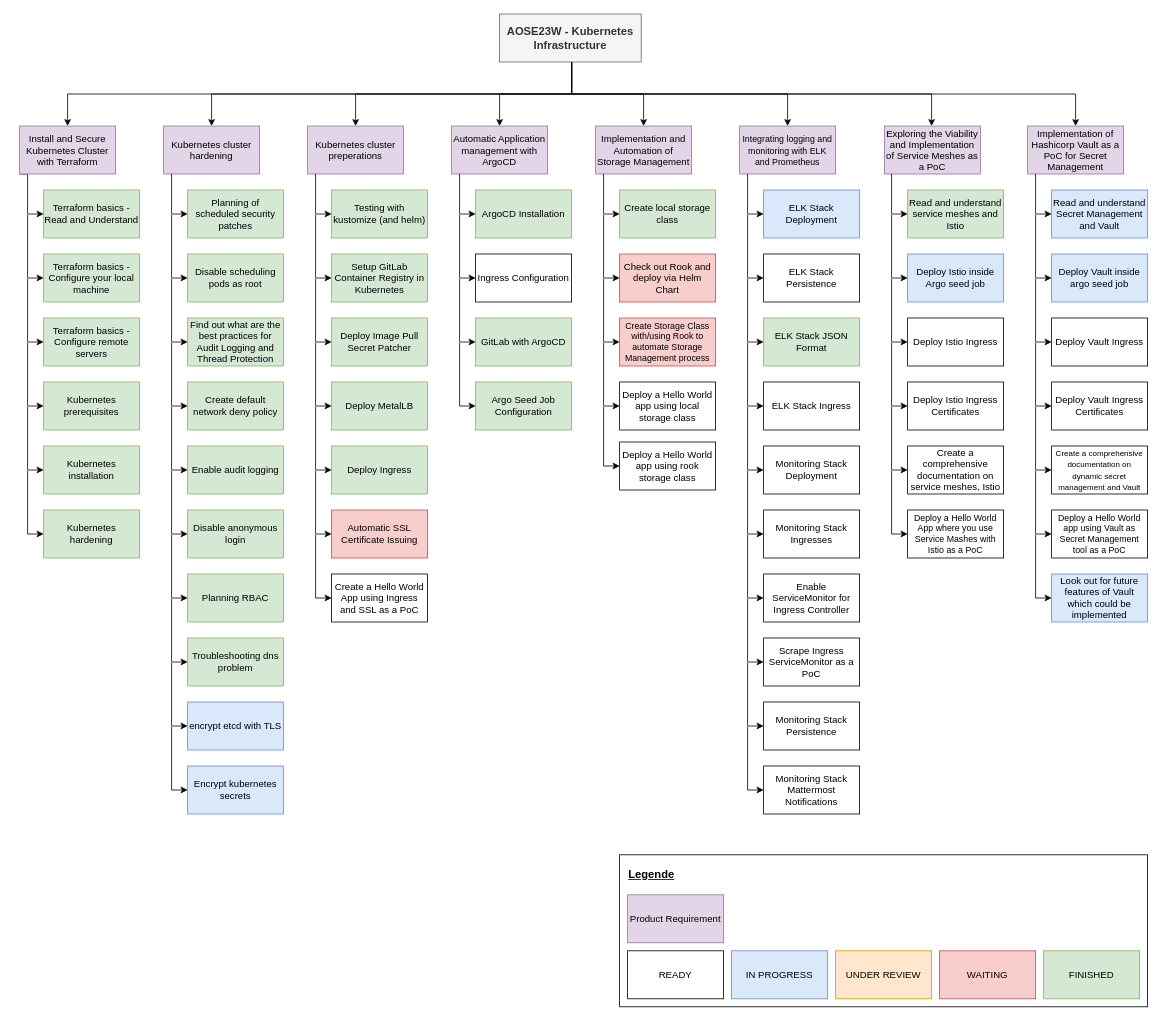
This is uni-bsc/product-requirements-kubernetes-infrastructure.drawio from pogii123/drawio-charts, a draw.io file, before an edit. Source tidied: cells renumbered, new cells numbered last; positions are measured from the earlier drawing's top-left corner, leaving out a move shared by most shapes. Both pictures are drawn from the tidied source at 80%, with x=0, y=0 at pixel (19, 14).
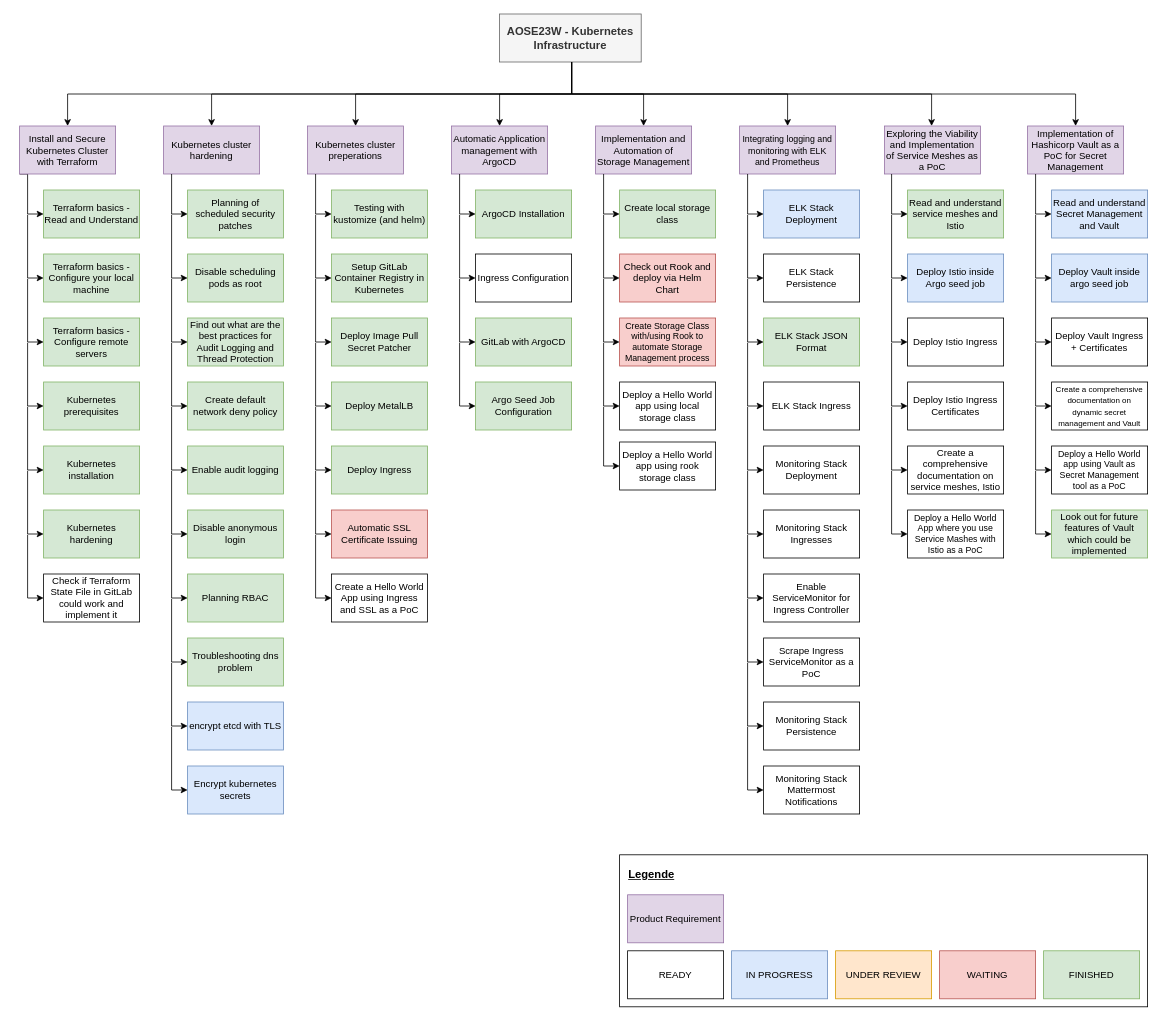
The same page after the edit.

Change to the diagram source:
```diff
@@
-    <mxCell id="113" value="Look out for future features of Vault which could be implemented" style="rounded=0;whiteSpace=wrap;html=1;fillColor=#dae8fc;strokeColor=#6c8ebf;" parent="1" vertex="1">
-      <mxGeometry x="1290" y="700" width="120" height="60" as="geometry" />
+    <mxCell id="113" value="Look out for future features of Vault which could be implemented" style="rounded=0;whiteSpace=wrap;html=1;fillColor=#d5e8d4;strokeColor=#82b366;" parent="1" vertex="1">
+      <mxGeometry x="1290" y="620" width="120" height="60" as="geometry" />
     </mxCell>
@@
-    <mxCell id="115" value="Deploy Vault Ingress" style="rounded=0;whiteSpace=wrap;html=1;" parent="1" vertex="1">
+    <mxCell id="115" value="Deploy Vault Ingress + Certificates" style="rounded=0;whiteSpace=wrap;html=1;" parent="1" vertex="1">
       <mxGeometry x="1290" y="380" width="120" height="60" as="geometry" />
     </mxCell>
-    <mxCell id="116" value="Deploy Vault Ingress Certificates" style="rounded=0;whiteSpace=wrap;html=1;" parent="1" vertex="1">
-      <mxGeometry x="1290" y="460" width="120" height="60" as="geometry" />
-    </mxCell>
     <mxCell id="117" value="&lt;font style=&quot;font-size: 10px;&quot;&gt;Create a comprehensive documentation on dynamic secret management and Vault&lt;/font&gt;" style="rounded=0;whiteSpace=wrap;html=1;" parent="1" vertex="1">
-      <mxGeometry x="1290" y="540" width="120" height="60" as="geometry" />
+      <mxGeometry x="1290" y="460" width="120" height="60" as="geometry" />
     </mxCell>
     <mxCell id="118" style="edgeStyle=orthogonalEdgeStyle;rounded=0;jettySize=auto;html=1;entryX=0;entryY=0.5;entryDx=0;entryDy=0;" parent="1" edge="1" target="113">
       <mxGeometry relative="1" as="geometry">
-        <mxPoint x="1270" y="651" as="sourcePoint" />
+        <mxPoint x="1270" y="571" as="sourcePoint" />
         <Array as="points">
-          <mxPoint x="1270" y="730" />
+          <mxPoint x="1270" y="650" />
         </Array>
       </mxGeometry>
     </mxCell>
@@
-    <mxCell id="121" style="edgeStyle=orthogonalEdgeStyle;rounded=0;orthogonalLoop=1;jettySize=auto;html=1;" parent="1" edge="1">
-      <mxGeometry relative="1" as="geometry">
-        <mxPoint x="1270" y="411" as="sourcePoint" />
-        <mxPoint x="1290" y="490" as="targetPoint" />
-        <Array as="points">
-          <mxPoint x="1270" y="490" />
-          <mxPoint x="1290" y="490" />
-        </Array>
-      </mxGeometry>
-    </mxCell>
     <mxCell id="122" style="edgeStyle=orthogonalEdgeStyle;rounded=0;orthogonalLoop=1;jettySize=auto;html=1;" parent="1" edge="1">
       <mxGeometry relative="1" as="geometry">
-        <mxPoint x="1270" y="491" as="sourcePoint" />
-        <mxPoint x="1290" y="570" as="targetPoint" />
+        <mxPoint x="1270" y="411" as="sourcePoint" />
+        <mxPoint x="1290" y="490" as="targetPoint" />
         <Array as="points">
-          <mxPoint x="1270" y="570" />
-          <mxPoint x="1290" y="570" />
+          <mxPoint x="1270" y="490" />
+          <mxPoint x="1290" y="490" />
         </Array>
       </mxGeometry>
     </mxCell>
@@
     <mxCell id="129" value="Deploy a Hello World app using Vault as Secret Management tool as a PoC" style="rounded=0;whiteSpace=wrap;html=1;fontSize=11;" parent="1" vertex="1">
-      <mxGeometry x="1290" y="620" width="120" height="60" as="geometry" />
+      <mxGeometry x="1290" y="540" width="120" height="60" as="geometry" />
     </mxCell>
     <mxCell id="130" style="edgeStyle=orthogonalEdgeStyle;rounded=0;orthogonalLoop=1;jettySize=auto;html=1;" parent="1" edge="1">
       <mxGeometry relative="1" as="geometry">
-        <mxPoint x="1270" y="571" as="sourcePoint" />
-        <mxPoint x="1290" y="650" as="targetPoint" />
+        <mxPoint x="1270" y="491" as="sourcePoint" />
+        <mxPoint x="1290" y="570" as="targetPoint" />
         <Array as="points">
-          <mxPoint x="1270" y="650" />
-          <mxPoint x="1290" y="650" />
+          <mxPoint x="1270" y="570" />
+          <mxPoint x="1290" y="570" />
         </Array>
       </mxGeometry>
     </mxCell>
@@
+    <mxCell id="137" value="Check if Terraform State File in GitLab could work and implement it" style="rounded=0;whiteSpace=wrap;html=1;" parent="1" vertex="1">
+      <mxGeometry x="30" y="700" width="120" height="60" as="geometry" />
+    </mxCell>
+    <mxCell id="138" style="edgeStyle=orthogonalEdgeStyle;rounded=0;orthogonalLoop=1;jettySize=auto;html=1;" parent="1" edge="1">
+      <mxGeometry relative="1" as="geometry">
+        <mxPoint x="10" y="651" as="sourcePoint" />
+        <mxPoint x="30" y="730" as="targetPoint" />
+        <Array as="points">
+          <mxPoint x="10" y="730" />
+          <mxPoint x="30" y="730" />
+        </Array>
+      </mxGeometry>
+    </mxCell>
```
